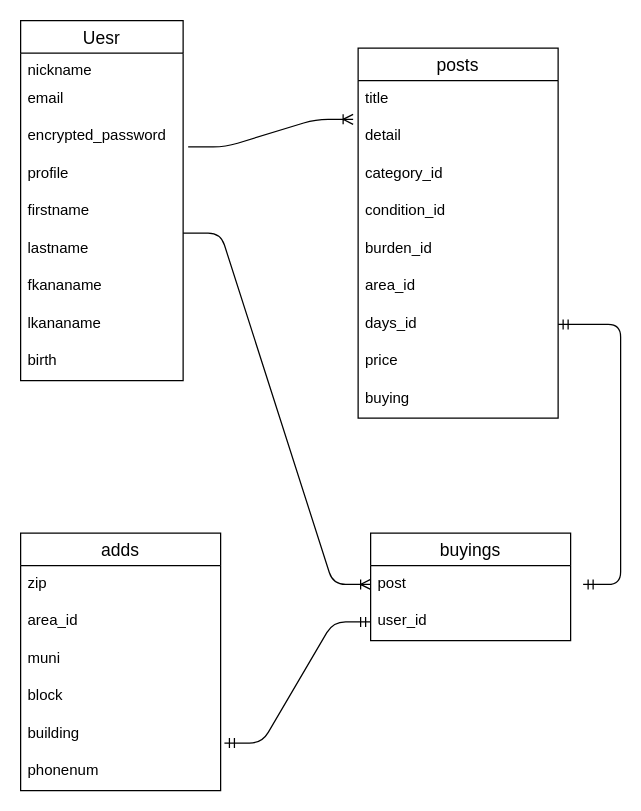
This is ER.dio from Kohei1204/furima-34284, a draw.io file, before an edit. Source tidied: cells renumbered, new cells numbered last; positions are measured from the earlier drawing's top-left corner, leaving out a move shared by most shapes. Both pictures are drawn from the tidied source at 125%, with x=0, y=0 at pixel (20, 20).
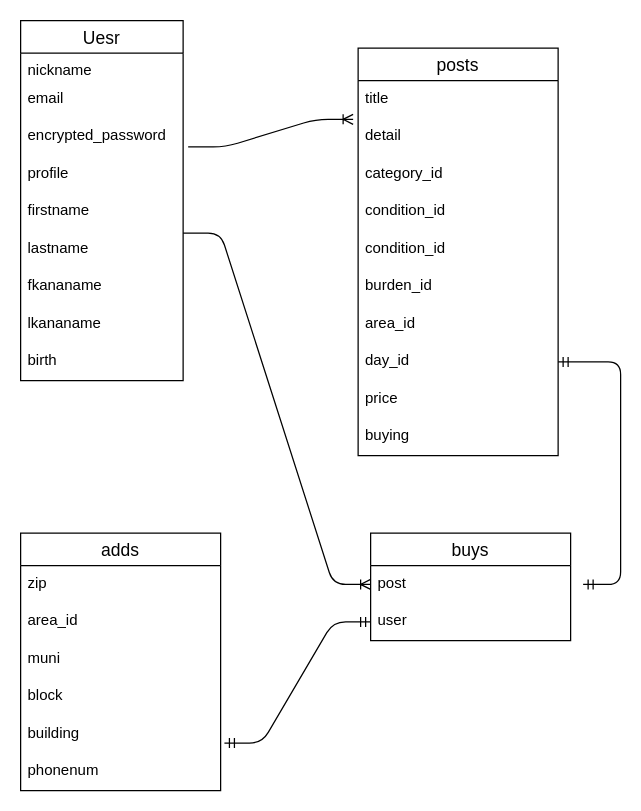
The same diagram, later.

What changed in the source:
```diff
@@
     <mxCell id="19" value="posts" style="swimlane;fontStyle=0;horizontal=1;startSize=26;align=center;fontSize=14;" parent="1" vertex="1">
-      <mxGeometry x="270" y="22" width="160" height="296" as="geometry" />
+      <mxGeometry x="270" y="22" width="160" height="326" as="geometry" />
     </mxCell>
@@
+    <mxCell id="36" value="condition_id" style="text;strokeColor=none;fillColor=none;spacingLeft=4;spacingRight=4;overflow=hidden;fontSize=12;align=left;verticalAlign=top;rounded=0;" parent="19" vertex="1">
+      <mxGeometry y="146" width="160" height="30" as="geometry" />
+    </mxCell>
     <mxCell id="24" value="burden_id" style="text;strokeColor=none;fillColor=none;spacingLeft=4;spacingRight=4;overflow=hidden;fontSize=12;align=left;verticalAlign=top;" parent="19" vertex="1">
-      <mxGeometry y="146" width="160" height="30" as="geometry" />
+      <mxGeometry y="176" width="160" height="30" as="geometry" />
     </mxCell>
     <mxCell id="25" value="area_id" style="text;strokeColor=none;fillColor=none;spacingLeft=4;spacingRight=4;overflow=hidden;fontSize=12;align=left;verticalAlign=top;" parent="19" vertex="1">
-      <mxGeometry y="176" width="160" height="30" as="geometry" />
+      <mxGeometry y="206" width="160" height="30" as="geometry" />
     </mxCell>
-    <mxCell id="26" value="days_id" style="text;strokeColor=none;fillColor=none;spacingLeft=4;spacingRight=4;overflow=hidden;points=[[0,0.5],[1,0.5]];portConstraint=eastwest;fontSize=12;align=left;verticalAlign=top;" parent="19" vertex="1">
-      <mxGeometry y="206" width="160" height="30" as="geometry" />
+    <mxCell id="26" value="day_id" style="text;strokeColor=none;fillColor=none;spacingLeft=4;spacingRight=4;overflow=hidden;points=[[0,0.5],[1,0.5]];portConstraint=eastwest;fontSize=12;align=left;verticalAlign=top;" parent="19" vertex="1">
+      <mxGeometry y="236" width="160" height="30" as="geometry" />
     </mxCell>
     <mxCell id="27" value="price" style="text;strokeColor=none;fillColor=none;spacingLeft=4;spacingRight=4;overflow=hidden;fontSize=12;align=left;verticalAlign=top;" parent="19" vertex="1">
-      <mxGeometry y="236" width="160" height="30" as="geometry" />
+      <mxGeometry y="266" width="160" height="30" as="geometry" />
     </mxCell>
     <mxCell id="28" value="buying" style="text;strokeColor=none;fillColor=none;spacingLeft=4;spacingRight=4;overflow=hidden;fontSize=12;" parent="19" vertex="1">
-      <mxGeometry y="266" width="160" height="30" as="geometry" />
+      <mxGeometry y="296" width="160" height="30" as="geometry" />
     </mxCell>
@@
-    <mxCell id="30" value="buyings" style="swimlane;fontStyle=0;horizontal=1;startSize=26;align=center;fontSize=14;" parent="1" vertex="1">
+    <mxCell id="30" value="buys" style="swimlane;fontStyle=0;horizontal=1;startSize=26;align=center;fontSize=14;" parent="1" vertex="1">
       <mxGeometry x="280" y="410" width="160" height="86" as="geometry" />
     </mxCell>
@@
-    <mxCell id="32" value="user_id" style="text;strokeColor=none;fillColor=none;spacingLeft=4;spacingRight=4;overflow=hidden;points=[[0,0.5],[1,0.5]];portConstraint=eastwest;fontSize=12;" parent="30" vertex="1">
+    <mxCell id="32" value="user" style="text;strokeColor=none;fillColor=none;spacingLeft=4;spacingRight=4;overflow=hidden;points=[[0,0.5],[1,0.5]];portConstraint=eastwest;fontSize=12;" parent="30" vertex="1">
       <mxGeometry y="56" width="160" height="30" as="geometry" />
     </mxCell>
```
